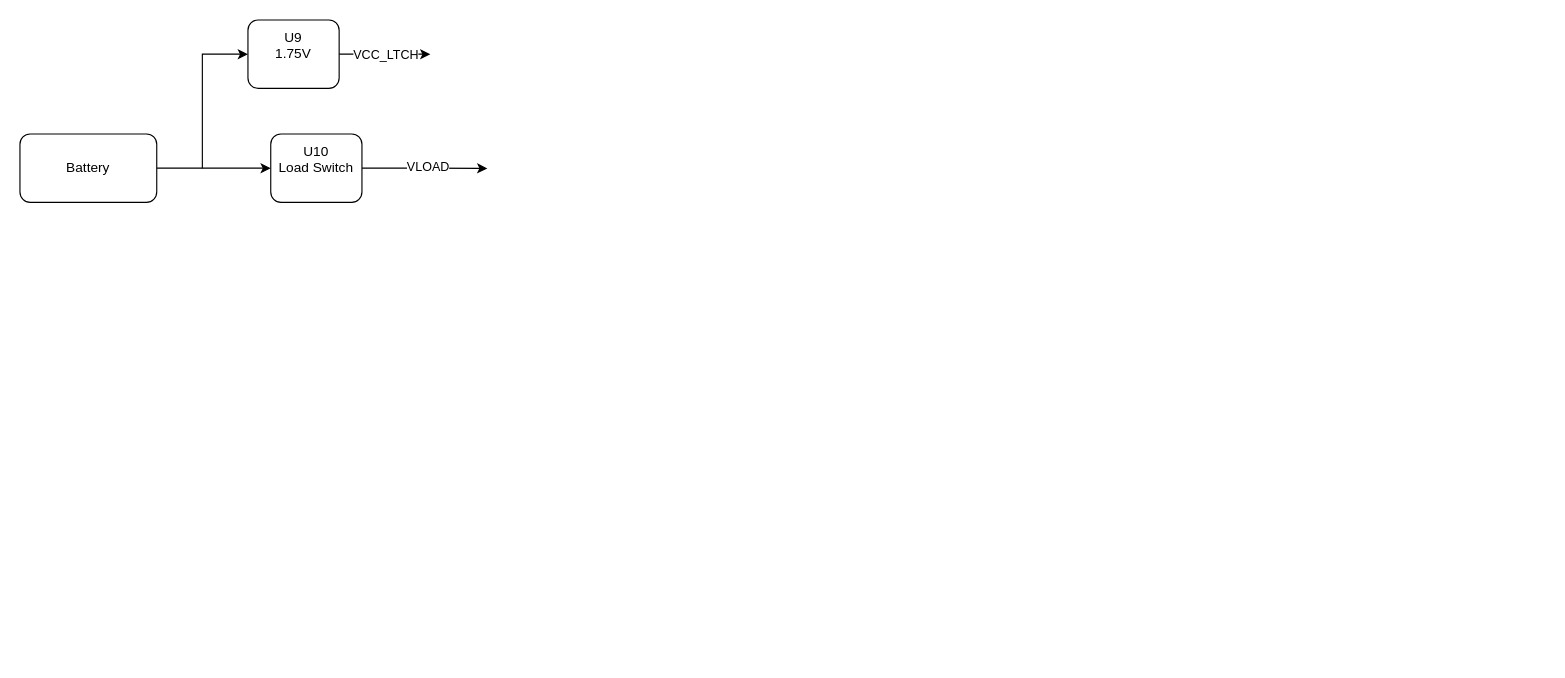
Above: Untitled Diagram.drawio in WillGitty/Drawio-Akyva-Power (draw.io), before the change. Source tidied: cells renumbered, new cells numbered last; positions are measured from the earlier drawing's top-left corner, leaving out a move shared by most shapes. Both pictures are drawn from the tidied source at 114%, with x=0, y=0 at pixel (19, 19).
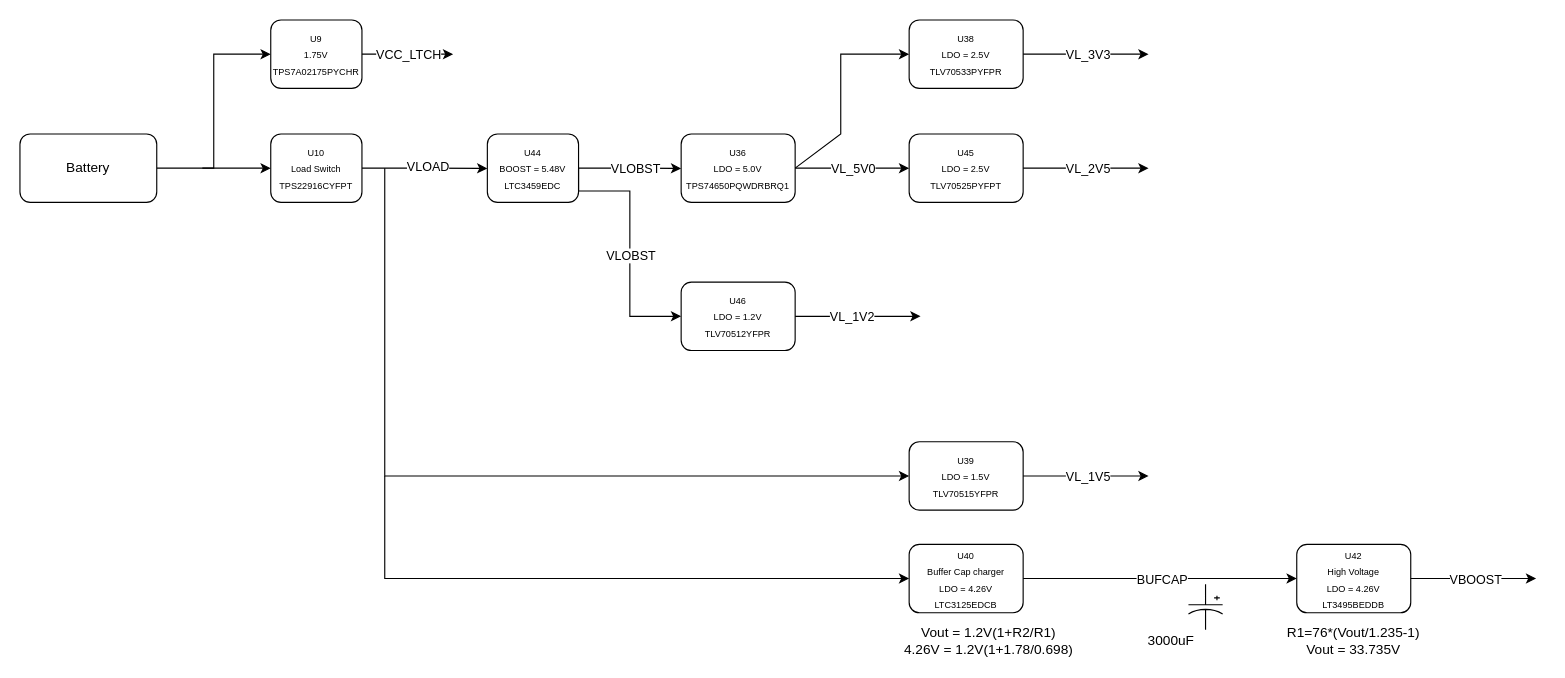
The same diagram, later.

Commit message:
Added more supplies, VBOOST

The edit, as a diff of the source:
```diff
@@
-    <mxCell id="4" value="U9&lt;div&gt;1.75V&lt;br&gt;&lt;div&gt;&lt;br&gt;&lt;/div&gt;&lt;/div&gt;" style="rounded=1;whiteSpace=wrap;html=1;" parent="1" vertex="1">
-      <mxGeometry x="200" width="80" height="60" as="geometry" />
+    <mxCell id="4" value="&lt;font style=&quot;font-size: 8px;&quot;&gt;U9&lt;/font&gt;&lt;div&gt;&lt;font style=&quot;font-size: 8px;&quot;&gt;1.75V&lt;br&gt;&lt;/font&gt;&lt;div&gt;&lt;font style=&quot;font-size: 8px;&quot;&gt;TPS7A02175PYCHR&lt;/font&gt;&lt;/div&gt;&lt;/div&gt;" style="rounded=1;whiteSpace=wrap;html=1;" parent="1" vertex="1">
+      <mxGeometry x="220" width="80" height="60" as="geometry" />
     </mxCell>
     <mxCell id="5" style="endArrow=classic;html=1;rounded=0;exitX=1;exitY=0.5;exitDx=0;exitDy=0;" parent="1" edge="1" source="4">
       <mxGeometry relative="1" as="geometry">
-        <mxPoint x="360" y="30" as="targetPoint" />
+        <mxPoint x="380" y="30" as="targetPoint" />
       </mxGeometry>
     </mxCell>
@@
-    <mxCell id="9" value="&lt;div&gt;U10&lt;/div&gt;&lt;div&gt;Load Switch&lt;br&gt;&lt;div&gt;&lt;br&gt;&lt;/div&gt;&lt;/div&gt;" style="rounded=1;whiteSpace=wrap;html=1;" parent="1" vertex="1">
+    <mxCell id="9" value="&lt;div&gt;&lt;font style=&quot;font-size: 8px;&quot;&gt;U10&lt;/font&gt;&lt;/div&gt;&lt;div&gt;&lt;font style=&quot;font-size: 8px;&quot;&gt;Load Switch&lt;br&gt;&lt;/font&gt;&lt;div&gt;&lt;font style=&quot;font-size: 8px;&quot;&gt;TPS22916CYFPT&lt;/font&gt;&lt;/div&gt;&lt;/div&gt;" style="rounded=1;whiteSpace=wrap;html=1;" parent="1" vertex="1">
       <mxGeometry x="220" y="100" width="80" height="60" as="geometry" />
     </mxCell>
@@
+    <mxCell id="11" style="edgeStyle=orthogonalEdgeStyle;rounded=0;jettySize=auto;html=1;exitX=1;exitY=0.5;exitDx=0;exitDy=0;" parent="1" edge="1" source="13">
+      <mxGeometry relative="1" as="geometry">
+        <mxPoint x="580" y="130.2" as="targetPoint" />
+      </mxGeometry>
+    </mxCell>
+    <mxCell id="12" value="VLOBST" style="edgeLabel;html=1;align=center;verticalAlign=middle;" parent="11" vertex="1">
+      <mxGeometry x="0.1" relative="1" as="geometry" />
+    </mxCell>
+    <mxCell id="13" value="&lt;div&gt;&lt;font style=&quot;font-size: 8px;&quot;&gt;U44&lt;/font&gt;&lt;/div&gt;&lt;div&gt;&lt;font style=&quot;font-size: 8px;&quot;&gt;BOOST = 5.48V&lt;br&gt;&lt;/font&gt;&lt;div&gt;&lt;font style=&quot;font-size: 8px;&quot;&gt;LTC3459EDC&lt;/font&gt;&lt;/div&gt;&lt;/div&gt;" style="rounded=1;whiteSpace=wrap;html=1;" parent="1" vertex="1">
+      <mxGeometry x="410" y="100" width="80" height="60" as="geometry" />
+    </mxCell>
+    <mxCell id="14" value="&lt;div&gt;&lt;font style=&quot;font-size: 8px;&quot;&gt;U36&lt;/font&gt;&lt;/div&gt;&lt;div&gt;&lt;font style=&quot;font-size: 8px;&quot;&gt;LDO = 5.0V&lt;br&gt;&lt;/font&gt;&lt;div&gt;&lt;span style=&quot;font-size: 8px;&quot;&gt;TPS74650PQWDRBRQ1&lt;/span&gt;&lt;/div&gt;&lt;/div&gt;" style="rounded=1;whiteSpace=wrap;html=1;" parent="1" vertex="1">
+      <mxGeometry x="580" y="100" width="100" height="60" as="geometry" />
+    </mxCell>
+    <mxCell id="15" value="&lt;div&gt;&lt;span style=&quot;font-size: 8px;&quot;&gt;U45&lt;/span&gt;&lt;/div&gt;&lt;div&gt;&lt;font style=&quot;font-size: 8px;&quot;&gt;LDO = 2.5V&lt;br&gt;&lt;/font&gt;&lt;div&gt;&lt;span style=&quot;font-size: 8px;&quot;&gt;TLV70525PYFPT&lt;/span&gt;&lt;/div&gt;&lt;/div&gt;" style="rounded=1;whiteSpace=wrap;html=1;" parent="1" vertex="1">
+      <mxGeometry x="780" y="100" width="100" height="60" as="geometry" />
+    </mxCell>
+    <mxCell id="16" style="endArrow=classic;html=1;rounded=0;exitX=1;exitY=0.5;exitDx=0;exitDy=0;" parent="1" edge="1" source="15">
+      <mxGeometry relative="1" as="geometry">
+        <mxPoint x="990" y="130" as="targetPoint" />
+      </mxGeometry>
+    </mxCell>
+    <mxCell id="17" value="VL_2V5" style="edgeLabel;html=1;align=center;verticalAlign=middle;" parent="16" vertex="1">
+      <mxGeometry x="0.01" relative="1" as="geometry" />
+    </mxCell>
+    <mxCell id="18" style="endArrow=classic;html=1;rounded=0;exitX=1;exitY=0.5;exitDx=0;exitDy=0;entryX=0;entryY=0.5;entryDx=0;entryDy=0;" parent="1" edge="1" source="14" target="15">
+      <mxGeometry relative="1" as="geometry" />
+    </mxCell>
+    <mxCell id="19" value="VL_5V0" style="edgeLabel;html=1;align=center;verticalAlign=middle;" parent="18" vertex="1">
+      <mxGeometry x="0.14" y="-3" relative="1" as="geometry">
+        <mxPoint x="-7" y="-3" as="offset" />
+      </mxGeometry>
+    </mxCell>
+    <mxCell id="20" value="&lt;div&gt;&lt;font style=&quot;font-size: 8px;&quot;&gt;U46&lt;/font&gt;&lt;/div&gt;&lt;div&gt;&lt;font style=&quot;font-size: 8px;&quot;&gt;LDO = 1.2V&lt;br&gt;&lt;/font&gt;&lt;div&gt;&lt;span style=&quot;font-size: 8px;&quot;&gt;TLV70512YFPR&lt;/span&gt;&lt;/div&gt;&lt;/div&gt;" style="rounded=1;whiteSpace=wrap;html=1;" parent="1" vertex="1">
+      <mxGeometry x="580" y="230" width="100" height="60" as="geometry" />
+    </mxCell>
+    <mxCell id="21" style="edgeStyle=orthogonalEdgeStyle;rounded=0;jettySize=auto;html=1;exitX=1;exitY=0.5;exitDx=0;exitDy=0;entryX=0;entryY=0.5;entryDx=0;entryDy=0;" parent="1" edge="1" source="13" target="20">
+      <mxGeometry relative="1" as="geometry">
+        <Array as="points">
+          <mxPoint x="490" y="150" />
+          <mxPoint x="535" y="150" />
+          <mxPoint x="535" y="260" />
+        </Array>
+      </mxGeometry>
+    </mxCell>
+    <mxCell id="22" value="VLOBST" style="edgeLabel;html=1;align=center;verticalAlign=middle;" parent="21" vertex="1">
+      <mxGeometry x="0.1" relative="1" as="geometry" />
+    </mxCell>
+    <mxCell id="23" style="endArrow=classic;html=1;rounded=0;" parent="1" edge="1">
+      <mxGeometry relative="1" as="geometry">
+        <mxPoint x="680" y="260" as="sourcePoint" />
+        <mxPoint x="790" y="260" as="targetPoint" />
+      </mxGeometry>
+    </mxCell>
+    <mxCell id="24" value="VL_1V2" style="edgeLabel;html=1;align=center;verticalAlign=middle;" parent="23" vertex="1">
+      <mxGeometry x="0.28" relative="1" as="geometry">
+        <mxPoint x="-21" as="offset" />
+      </mxGeometry>
+    </mxCell>
+    <mxCell id="25" value="&lt;div&gt;&lt;span style=&quot;font-size: 8px;&quot;&gt;U38&lt;/span&gt;&lt;/div&gt;&lt;div&gt;&lt;font style=&quot;font-size: 8px;&quot;&gt;LDO = 2.5V&lt;br&gt;&lt;/font&gt;&lt;div&gt;&lt;span style=&quot;font-size: 8px;&quot;&gt;TLV70533PYFPR&lt;/span&gt;&lt;/div&gt;&lt;/div&gt;" style="rounded=1;whiteSpace=wrap;html=1;" parent="1" vertex="1">
+      <mxGeometry x="780" width="100" height="60" as="geometry" />
+    </mxCell>
+    <mxCell id="26" style="endArrow=classic;html=1;rounded=0;exitX=1;exitY=0.5;exitDx=0;exitDy=0;" parent="1" edge="1" source="25">
+      <mxGeometry relative="1" as="geometry">
+        <mxPoint x="990" y="30" as="targetPoint" />
+      </mxGeometry>
+    </mxCell>
+    <mxCell id="27" value="VL_3V3" style="edgeLabel;html=1;align=center;verticalAlign=middle;" parent="26" vertex="1">
+      <mxGeometry x="0.01" relative="1" as="geometry" />
+    </mxCell>
+    <mxCell id="28" value="&lt;div&gt;&lt;span style=&quot;font-size: 8px;&quot;&gt;U39&lt;/span&gt;&lt;/div&gt;&lt;div&gt;&lt;font style=&quot;font-size: 8px;&quot;&gt;LDO = 1.5V&lt;br&gt;&lt;/font&gt;&lt;div&gt;&lt;span style=&quot;font-size: 8px;&quot;&gt;TLV70515YFPR&lt;/span&gt;&lt;/div&gt;&lt;/div&gt;" style="rounded=1;whiteSpace=wrap;html=1;" parent="1" vertex="1">
+      <mxGeometry x="780" y="370" width="100" height="60" as="geometry" />
+    </mxCell>
+    <mxCell id="29" style="endArrow=classic;html=1;rounded=0;exitX=1;exitY=0.5;exitDx=0;exitDy=0;" parent="1" edge="1" source="28">
+      <mxGeometry relative="1" as="geometry">
+        <mxPoint x="990" y="400" as="targetPoint" />
+      </mxGeometry>
+    </mxCell>
+    <mxCell id="30" value="VL_1V5" style="edgeLabel;html=1;align=center;verticalAlign=middle;" parent="29" vertex="1">
+      <mxGeometry x="0.01" relative="1" as="geometry" />
+    </mxCell>
+    <mxCell id="31" style="endArrow=classic;html=1;rounded=0;exitX=1;exitY=0.5;exitDx=0;exitDy=0;entryX=0;entryY=0.5;entryDx=0;entryDy=0;" parent="1" edge="1" source="14" target="25">
+      <mxGeometry relative="1" as="geometry">
+        <Array as="points">
+          <mxPoint x="720" y="100" />
+          <mxPoint x="720" y="30" />
+        </Array>
+      </mxGeometry>
+    </mxCell>
+    <mxCell id="32" style="endArrow=classic;html=1;rounded=0;entryX=0;entryY=0.5;entryDx=0;entryDy=0;" parent="1" edge="1" target="28">
+      <mxGeometry relative="1" as="geometry">
+        <mxPoint x="320" y="130" as="sourcePoint" />
+        <Array as="points">
+          <mxPoint x="320" y="400" />
+        </Array>
+      </mxGeometry>
+    </mxCell>
+    <mxCell id="33" value="&lt;div&gt;&lt;span style=&quot;font-size: 8px;&quot;&gt;U40&lt;/span&gt;&lt;/div&gt;&lt;div&gt;&lt;span style=&quot;font-size: 8px;&quot;&gt;Buffer Cap charger&lt;/span&gt;&lt;/div&gt;&lt;div&gt;&lt;font style=&quot;font-size: 8px;&quot;&gt;LDO = 4.26V&lt;br&gt;&lt;/font&gt;&lt;div&gt;&lt;span style=&quot;font-size: 8px;&quot;&gt;LTC3125EDCB&lt;/span&gt;&lt;/div&gt;&lt;/div&gt;" style="rounded=1;whiteSpace=wrap;html=1;" parent="1" vertex="1">
+      <mxGeometry x="780" y="460" width="100" height="60" as="geometry" />
+    </mxCell>
+    <mxCell id="34" style="endArrow=classic;html=1;rounded=0;exitX=1;exitY=0.5;exitDx=0;exitDy=0;entryX=0;entryY=0.5;entryDx=0;entryDy=0;" parent="1" edge="1" source="33" target="38">
+      <mxGeometry relative="1" as="geometry" />
+    </mxCell>
+    <mxCell id="35" value="BUFCAP" style="edgeLabel;html=1;align=center;verticalAlign=middle;" parent="34" vertex="1">
+      <mxGeometry x="0.01" relative="1" as="geometry" />
+    </mxCell>
+    <mxCell id="36" style="endArrow=classic;html=1;rounded=0;entryX=0;entryY=0.5;entryDx=0;entryDy=0;" parent="1" edge="1" target="33">
+      <mxGeometry relative="1" as="geometry">
+        <mxPoint x="320" y="400" as="sourcePoint" />
+        <Array as="points">
+          <mxPoint x="320" y="490" />
+        </Array>
+      </mxGeometry>
+    </mxCell>
+    <mxCell id="37" value="Vout = 1.2V(1+R2/R1)&lt;div&gt;4.26V = 1.2V(1+1.78/0.698)&lt;/div&gt;" style="text;html=1;align=center;verticalAlign=middle;whiteSpace=wrap;rounded=0;" parent="1" vertex="1">
+      <mxGeometry x="770" y="530" width="160" height="30" as="geometry" />
+    </mxCell>
+    <mxCell id="38" value="&lt;div&gt;&lt;span style=&quot;font-size: 8px;&quot;&gt;U42&lt;/span&gt;&lt;/div&gt;&lt;div&gt;&lt;span style=&quot;font-size: 8px;&quot;&gt;High Voltage&lt;/span&gt;&lt;/div&gt;&lt;div&gt;&lt;font style=&quot;font-size: 8px;&quot;&gt;LDO = 4.26V&lt;br&gt;&lt;/font&gt;&lt;div&gt;&lt;span style=&quot;font-size: 8px;&quot;&gt;LT3495BEDDB&lt;/span&gt;&lt;/div&gt;&lt;/div&gt;" style="rounded=1;whiteSpace=wrap;html=1;" parent="1" vertex="1">
+      <mxGeometry x="1120" y="460" width="100" height="60" as="geometry" />
+    </mxCell>
+    <mxCell id="39" style="endArrow=classic;html=1;rounded=0;exitX=1;exitY=0.5;exitDx=0;exitDy=0;" parent="1" edge="1" source="38">
+      <mxGeometry relative="1" as="geometry">
+        <mxPoint x="1330" y="490" as="targetPoint" />
+      </mxGeometry>
+    </mxCell>
+    <mxCell id="40" value="VBOOST" style="edgeLabel;html=1;align=center;verticalAlign=middle;" parent="39" vertex="1">
+      <mxGeometry x="0.01" relative="1" as="geometry" />
+    </mxCell>
+    <mxCell id="41" value="R1=76*(Vout/1.235-1)&lt;div&gt;Vout = 33.735V&lt;/div&gt;" style="text;html=1;align=center;verticalAlign=middle;whiteSpace=wrap;rounded=0;" parent="1" vertex="1">
+      <mxGeometry x="1090" y="530" width="160" height="30" as="geometry" />
+    </mxCell>
+    <mxCell id="42" style="verticalLabelPosition=bottom;shadow=0;dashed=0;align=center;html=1;verticalAlign=top;shape=mxgraph.electrical.capacitors.capacitor_3;rotation=90;" parent="1" vertex="1">
+      <mxGeometry x="1020" y="500" width="40" height="30" as="geometry" />
+    </mxCell>
+    <mxCell id="43" value="3000uF" style="text;html=1;align=center;verticalAlign=middle;whiteSpace=wrap;rounded=0;" parent="1" vertex="1">
+      <mxGeometry x="970" y="530" width="80" height="30" as="geometry" />
+    </mxCell>
```
